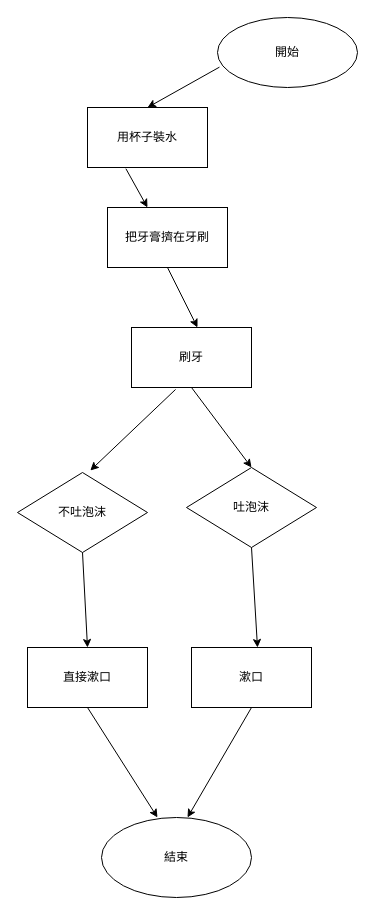
This is 刷牙.drawio from Bruce1026/python-class, a draw.io file, before an edit. Source tidied: cells renumbered, new cells numbered last; positions are measured from the earlier drawing's top-left corner, leaving out a move shared by most shapes. Both pictures are drawn from the tidied source at 100%, with x=0, y=0 at pixel (17, 17).
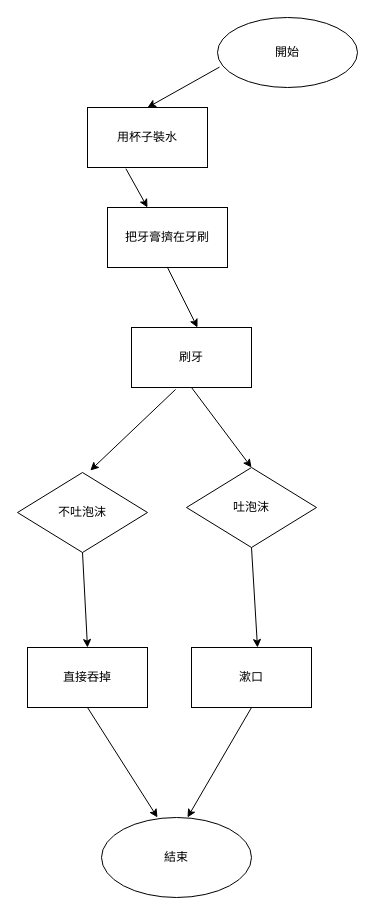
After the change.

Commit message:
已添加 刷牙.drawio

Change to the diagram source:
```diff
@@
-    <mxCell id="16" value="直接漱口" style="rounded=0;whiteSpace=wrap;html=1;" parent="1" vertex="1">
+    <mxCell id="16" value="直接吞掉" style="rounded=0;whiteSpace=wrap;html=1;" parent="1" vertex="1">
       <mxGeometry x="10" y="630" width="120" height="60" as="geometry" />
     </mxCell>
```
